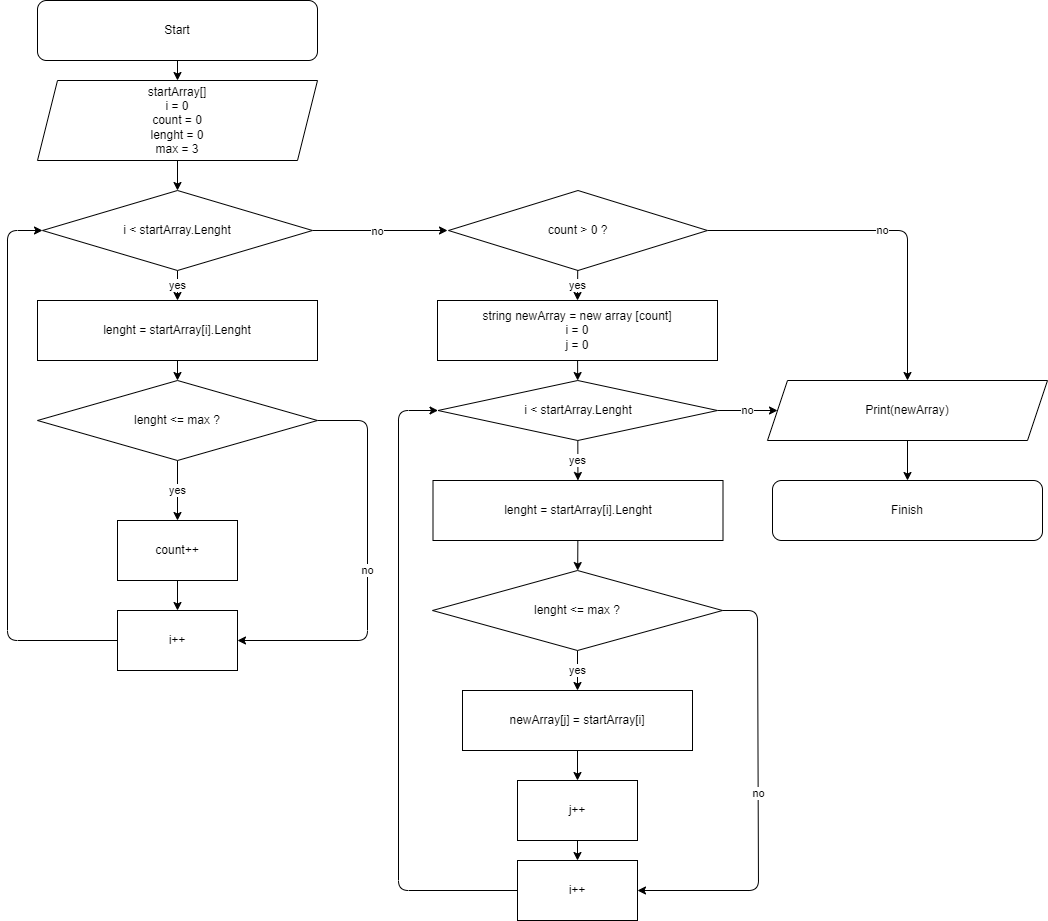
The draw.io diagram blockdiagram.drawio.png in MariaPec/TestWork_1, before a commit. Source tidied: cells renumbered, new cells last; positions are measured from the earlier drawing's top-left corner, leaving out a move shared by most shapes.
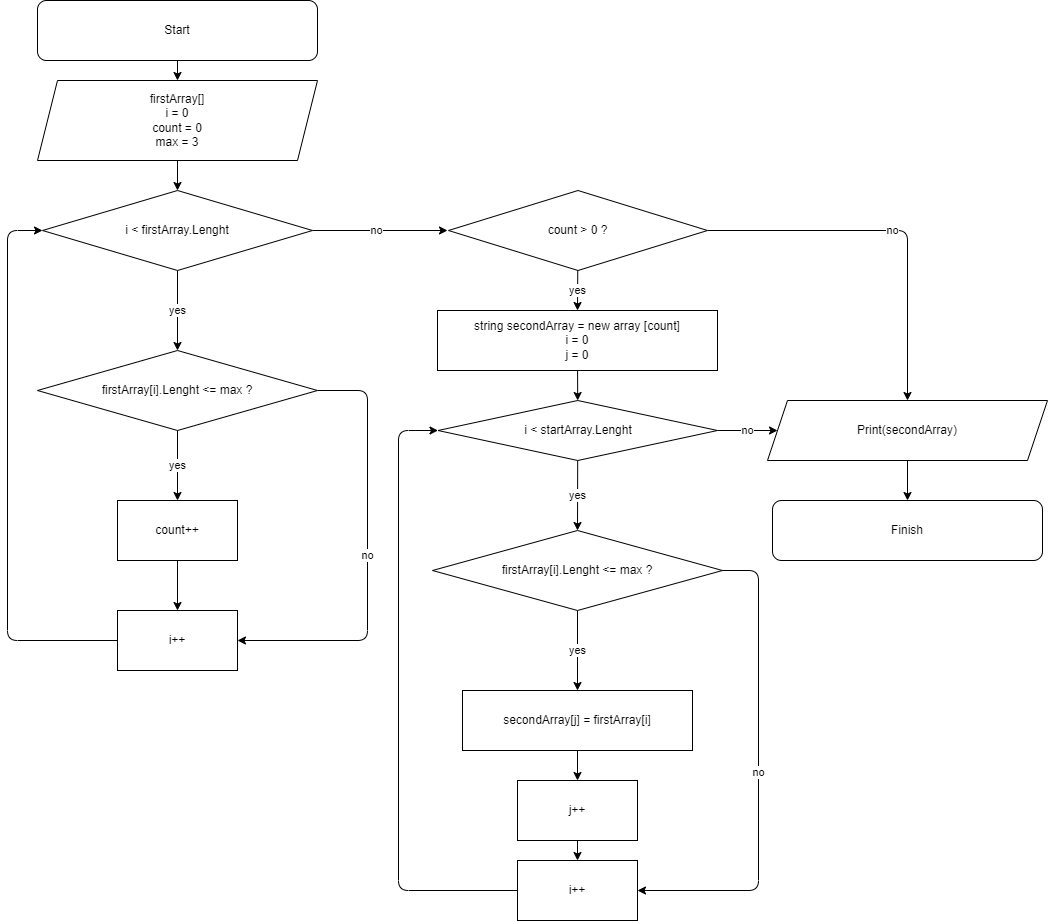
After the change.

Change to the diagram source:
```diff
@@ -2,13 +2,15 @@
   <root>
     <mxCell id="0" />
     <mxCell id="1" parent="0" />
-    <mxCell id="2" style="edgeStyle=none;html=1;startArrow=none;" parent="1" edge="1" source="10" target="9">
-      <mxGeometry relative="1" as="geometry" />
+    <mxCell id="2" style="edgeStyle=none;html=1;startArrow=none;" parent="1" edge="1" target="9">
+      <mxGeometry relative="1" as="geometry">
+        <mxPoint x="170" y="360" as="sourcePoint" />
+      </mxGeometry>
     </mxCell>
     <mxCell id="3" style="edgeStyle=none;html=1;" parent="1" edge="1" source="4" target="18">
       <mxGeometry relative="1" as="geometry" />
     </mxCell>
-    <mxCell id="4" value="startArray[]&lt;br&gt;i = 0&lt;br&gt;count = 0&lt;br&gt;lenght = 0&lt;br&gt;max = 3" style="shape=parallelogram;perimeter=parallelogramPerimeter;whiteSpace=wrap;html=1;fixedSize=1;" parent="1" vertex="1">
+    <mxCell id="4" value="firstArray[]&lt;br&gt;i = 0&lt;br&gt;count = 0&lt;br&gt;max = 3" style="shape=parallelogram;perimeter=parallelogramPerimeter;whiteSpace=wrap;html=1;fixedSize=1;" parent="1" vertex="1">
       <mxGeometry x="30" y="80" width="280" height="80" as="geometry" />
     </mxCell>
     <mxCell id="5" style="edgeStyle=none;html=1;" parent="1" edge="1" source="6" target="4">
@@ -23,22 +25,19 @@
     <mxCell id="8" value="no" style="edgeStyle=none;html=1;exitX=1;exitY=0.5;exitDx=0;exitDy=0;" parent="1" edge="1" source="9" target="14">
       <mxGeometry relative="1" as="geometry">
         <Array as="points">
-          <mxPoint x="360" y="420" />
+          <mxPoint x="360" y="390" />
           <mxPoint x="360" y="640" />
         </Array>
       </mxGeometry>
     </mxCell>
-    <mxCell id="9" value="lenght &amp;lt;= max ?" style="rhombus;whiteSpace=wrap;html=1;" parent="1" vertex="1">
-      <mxGeometry x="30" y="380" width="280" height="80" as="geometry" />
+    <mxCell id="9" value="first&lt;span style=&quot;font-family: &amp;#34;helvetica&amp;#34;&quot;&gt;Array[i].Lenght&lt;/span&gt;&amp;nbsp;&amp;lt;= max ?" style="rhombus;whiteSpace=wrap;html=1;" parent="1" vertex="1">
+      <mxGeometry x="30" y="350" width="280" height="80" as="geometry" />
     </mxCell>
-    <mxCell id="10" value="lenght =&amp;nbsp;&lt;span style=&quot;font-family: helvetica;&quot;&gt;startArray[i].Lenght&lt;/span&gt;" style="whiteSpace=wrap;html=1;" parent="1" vertex="1">
-      <mxGeometry x="30" y="300" width="280" height="60" as="geometry" />
-    </mxCell>
     <mxCell id="11" style="edgeStyle=none;html=1;" parent="1" edge="1" source="12" target="14">
       <mxGeometry relative="1" as="geometry" />
     </mxCell>
     <mxCell id="12" value="count++" style="whiteSpace=wrap;html=1;" parent="1" vertex="1">
-      <mxGeometry x="110" y="520" width="120" height="60" as="geometry" />
+      <mxGeometry x="110" y="500" width="120" height="60" as="geometry" />
     </mxCell>
     <mxCell id="13" style="edgeStyle=none;html=1;exitX=0;exitY=0.5;exitDx=0;exitDy=0;entryX=0;entryY=0.5;entryDx=0;entryDy=0;" parent="1" edge="1" source="14" target="18">
       <mxGeometry relative="1" as="geometry">
@@ -51,7 +50,7 @@
     <mxCell id="14" value="i++" style="whiteSpace=wrap;html=1;" parent="1" vertex="1">
       <mxGeometry x="110" y="610" width="120" height="60" as="geometry" />
     </mxCell>
-    <mxCell id="15" value="yes" style="edgeStyle=none;html=1;" parent="1" edge="1" source="18" target="10">
+    <mxCell id="15" value="yes" style="edgeStyle=none;html=1;entryX=0.5;entryY=0;entryDx=0;entryDy=0;" parent="1" edge="1" source="18" target="9">
       <mxGeometry relative="1" as="geometry" />
     </mxCell>
     <mxCell id="16" style="edgeStyle=none;html=1;" parent="1" edge="1" source="18">
@@ -64,15 +63,14 @@
         <mxPoint x="14" y="-2" as="offset" />
       </mxGeometry>
     </mxCell>
-    <mxCell id="18" value="i &amp;lt; startArray.Lenght" style="rhombus;whiteSpace=wrap;html=1;" parent="1" vertex="1">
+    <mxCell id="18" value="i &amp;lt; firstArray.Lenght" style="rhombus;whiteSpace=wrap;html=1;" parent="1" vertex="1">
       <mxGeometry x="35" y="190" width="270" height="80" as="geometry" />
     </mxCell>
-    <mxCell id="19" style="edgeStyle=none;html=1;" parent="1" edge="1" source="20" target="25">
-      <mxGeometry relative="1" as="geometry" />
+    <mxCell id="19" style="edgeStyle=none;html=1;" parent="1" edge="1" target="25">
+      <mxGeometry relative="1" as="geometry">
+        <mxPoint x="570.3" y="540" as="sourcePoint" />
+      </mxGeometry>
     </mxCell>
-    <mxCell id="20" value="lenght =&amp;nbsp;&lt;span style=&quot;font-family: &amp;#34;helvetica&amp;#34;&quot;&gt;startArray[i].Lenght&lt;/span&gt;" style="rounded=0;whiteSpace=wrap;html=1;" parent="1" vertex="1">
-      <mxGeometry x="425.5" y="480" width="290" height="60" as="geometry" />
-    </mxCell>
     <mxCell id="21" value="yes" style="edgeStyle=none;html=1;entryX=0.5;entryY=0;entryDx=0;entryDy=0;" parent="1" edge="1" source="23" target="31">
       <mxGeometry relative="1" as="geometry" />
     </mxCell>
@@ -89,13 +87,13 @@
     <mxCell id="24" value="yes" style="edgeStyle=none;html=1;" parent="1" edge="1" source="25" target="27">
       <mxGeometry relative="1" as="geometry" />
     </mxCell>
-    <mxCell id="25" value="lenght &amp;lt;= max ?" style="rhombus;whiteSpace=wrap;html=1;" parent="1" vertex="1">
-      <mxGeometry x="425" y="570" width="290" height="80" as="geometry" />
+    <mxCell id="25" value="first&lt;span style=&quot;font-family: &amp;#34;helvetica&amp;#34;&quot;&gt;Array[i].Lenght&lt;/span&gt;&amp;nbsp;&amp;lt;= max ?" style="rhombus;whiteSpace=wrap;html=1;" parent="1" vertex="1">
+      <mxGeometry x="425" y="530" width="290" height="80" as="geometry" />
     </mxCell>
     <mxCell id="26" style="edgeStyle=none;html=1;" parent="1" edge="1" source="27" target="34">
       <mxGeometry relative="1" as="geometry" />
     </mxCell>
-    <mxCell id="27" value="newArray[j] = startArray[i]" style="whiteSpace=wrap;html=1;" parent="1" vertex="1">
+    <mxCell id="27" value="secondArray[j] = firstArray[i]" style="whiteSpace=wrap;html=1;" parent="1" vertex="1">
       <mxGeometry x="455" y="690" width="230" height="60" as="geometry" />
     </mxCell>
     <mxCell id="28" value="i++" style="whiteSpace=wrap;html=1;" parent="1" vertex="1">
@@ -104,7 +102,7 @@
     <mxCell id="29" value="no" style="edgeStyle=none;html=1;exitX=1;exitY=0.5;exitDx=0;exitDy=0;entryX=1;entryY=0.5;entryDx=0;entryDy=0;" parent="1" edge="1" source="25" target="28">
       <mxGeometry relative="1" as="geometry">
         <Array as="points">
-          <mxPoint x="750" y="610" />
+          <mxPoint x="751" y="570" />
           <mxPoint x="751" y="890" />
         </Array>
       </mxGeometry>
@@ -112,14 +110,14 @@
     <mxCell id="30" style="edgeStyle=none;html=1;" parent="1" edge="1" source="31" target="37">
       <mxGeometry relative="1" as="geometry" />
     </mxCell>
-    <mxCell id="31" value="string newArray = new array [count]&lt;br&gt;i = 0&lt;br&gt;j = 0" style="rounded=0;whiteSpace=wrap;html=1;" parent="1" vertex="1">
-      <mxGeometry x="430" y="300" width="280" height="60" as="geometry" />
+    <mxCell id="31" value="string secondArray = new array [count]&lt;br&gt;i = 0&lt;br&gt;j = 0" style="rounded=0;whiteSpace=wrap;html=1;" parent="1" vertex="1">
+      <mxGeometry x="430" y="310" width="280" height="60" as="geometry" />
     </mxCell>
     <mxCell id="32" style="edgeStyle=none;html=1;exitX=0;exitY=0.5;exitDx=0;exitDy=0;entryX=0;entryY=0.5;entryDx=0;entryDy=0;" parent="1" edge="1" source="28" target="37">
       <mxGeometry relative="1" as="geometry">
         <Array as="points">
           <mxPoint x="391" y="890" />
-          <mxPoint x="391" y="410" />
+          <mxPoint x="391" y="430" />
         </Array>
       </mxGeometry>
     </mxCell>
@@ -129,23 +127,23 @@
     <mxCell id="34" value="j++" style="whiteSpace=wrap;html=1;" parent="1" vertex="1">
       <mxGeometry x="510" y="780" width="120" height="60" as="geometry" />
     </mxCell>
-    <mxCell id="35" value="yes" style="edgeStyle=none;html=1;" parent="1" edge="1" source="37" target="20">
+    <mxCell id="35" value="yes" style="edgeStyle=none;html=1;entryX=0.5;entryY=0;entryDx=0;entryDy=0;" parent="1" edge="1" source="37" target="25">
       <mxGeometry relative="1" as="geometry" />
     </mxCell>
     <mxCell id="36" value="no" style="edgeStyle=none;html=1;" parent="1" edge="1" source="37" target="39">
       <mxGeometry relative="1" as="geometry" />
     </mxCell>
     <mxCell id="37" value="i &amp;lt; startArray.Lenght" style="rhombus;whiteSpace=wrap;html=1;" parent="1" vertex="1">
-      <mxGeometry x="430.5" y="380" width="279.5" height="60" as="geometry" />
+      <mxGeometry x="430.5" y="400" width="279.5" height="60" as="geometry" />
     </mxCell>
     <mxCell id="38" style="edgeStyle=orthogonalEdgeStyle;rounded=0;jettySize=auto;html=1;" parent="1" edge="1" source="39" target="40">
       <mxGeometry relative="1" as="geometry" />
     </mxCell>
-    <mxCell id="39" value="Print(newArray)" style="shape=parallelogram;perimeter=parallelogramPerimeter;whiteSpace=wrap;html=1;fixedSize=1;" parent="1" vertex="1">
-      <mxGeometry x="760" y="380" width="280" height="60" as="geometry" />
+    <mxCell id="39" value="Print(secondArray)" style="shape=parallelogram;perimeter=parallelogramPerimeter;whiteSpace=wrap;html=1;fixedSize=1;" parent="1" vertex="1">
+      <mxGeometry x="760" y="400" width="280" height="60" as="geometry" />
     </mxCell>
     <mxCell id="40" value="Finish" style="rounded=1;whiteSpace=wrap;html=1;" parent="1" vertex="1">
-      <mxGeometry x="765" y="480" width="270" height="60" as="geometry" />
+      <mxGeometry x="765" y="500" width="270" height="60" as="geometry" />
     </mxCell>
   </root>
 </mxGraphModel>
```
